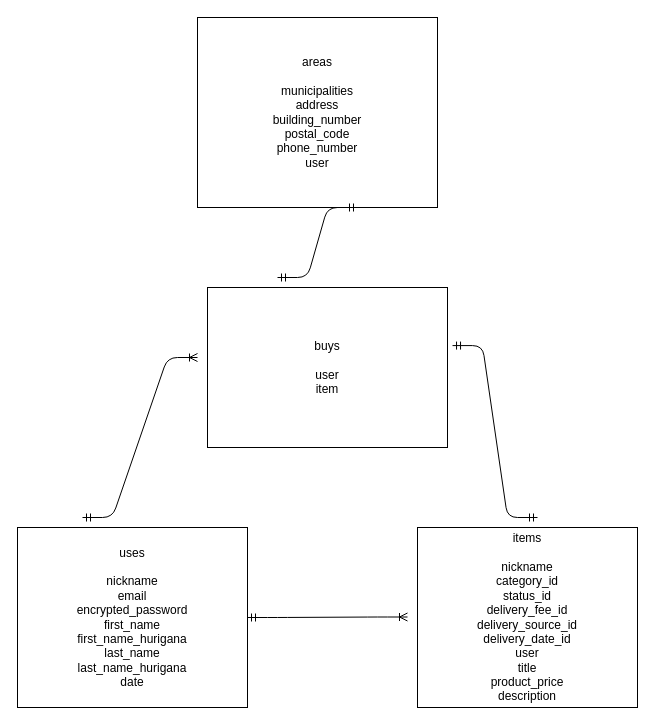
Above: furima.dio in tech-zack/furima-34547 (draw.io), before the change. Source tidied: cells renumbered, new cells numbered last; positions are measured from the earlier drawing's top-left corner, leaving out a move shared by most shapes. Both pictures are drawn from the tidied source at 100%, with x=0, y=0 at pixel (17, 17).
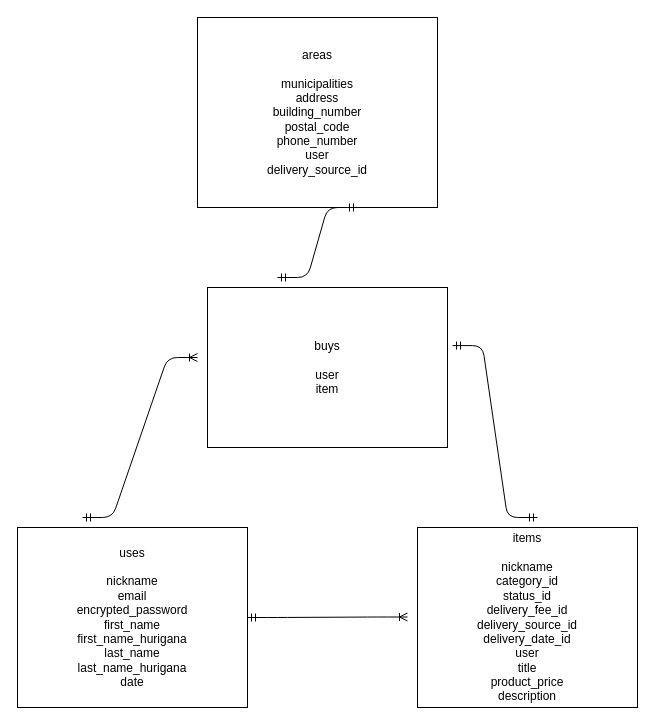
Above is the later version.

Commit message (it also covers changes not shown here):
データベース訂正４

Change to the diagram source:
```diff
@@
 <mxGraphModel>
   <root>
     <mxCell id="0" />
     <mxCell id="1" parent="0" />
     <mxCell id="2" value="uses&lt;br&gt;&lt;br&gt;nickname&lt;br&gt;email&lt;br&gt;encrypted_password&lt;br&gt;first_name&lt;br&gt;first_name_hurigana&lt;br&gt;last_name&lt;br&gt;last_name_hurigana&lt;br&gt;date" style="whiteSpace=wrap;html=1;align=center;" parent="1" vertex="1">
       <mxGeometry y="510" width="230" height="180" as="geometry" />
     </mxCell>
     <mxCell id="3" value="items&lt;br&gt;&lt;br&gt;nickname&lt;br&gt;category_id&lt;br&gt;status_id&lt;br&gt;delivery_fee_id&lt;br&gt;delivery_source_id&lt;br&gt;delivery_date_id&lt;br&gt;user&lt;br&gt;title&lt;br&gt;product_price&lt;br&gt;description" style="whiteSpace=wrap;html=1;align=center;" parent="1" vertex="1">
       <mxGeometry x="400" y="510" width="220" height="180" as="geometry" />
     </mxCell>
     <mxCell id="4" value="buys&lt;br&gt;&lt;br&gt;user&lt;br&gt;item" style="whiteSpace=wrap;html=1;align=center;" parent="1" vertex="1">
       <mxGeometry x="190" y="270" width="240" height="160" as="geometry" />
     </mxCell>
-    <mxCell id="5" value="areas&lt;br&gt;&lt;br&gt;municipalities&lt;br&gt;address&lt;br&gt;building_number&lt;br&gt;postal_code&lt;br&gt;phone_number&lt;br&gt;user" style="whiteSpace=wrap;html=1;align=center;" parent="1" vertex="1">
+    <mxCell id="5" value="areas&lt;br&gt;&lt;br&gt;municipalities&lt;br&gt;address&lt;br&gt;building_number&lt;br&gt;postal_code&lt;br&gt;phone_number&lt;br&gt;user&lt;br&gt;delivery_source_id" style="whiteSpace=wrap;html=1;align=center;" parent="1" vertex="1">
       <mxGeometry x="180" width="240" height="190" as="geometry" />
     </mxCell>
     <mxCell id="6" style="edgeStyle=entityRelationEdgeStyle;fontSize=12;html=1;endArrow=ERoneToMany;startArrow=ERmandOne;" parent="1" edge="1">
       <mxGeometry relative="1" as="geometry">
         <mxPoint x="230" y="600" as="sourcePoint" />
         <mxPoint x="390" y="599.5" as="targetPoint" />
       </mxGeometry>
     </mxCell>
     <mxCell id="7" style="edgeStyle=entityRelationEdgeStyle;fontSize=12;html=1;endArrow=ERoneToMany;startArrow=ERmandOne;" parent="1" edge="1">
       <mxGeometry relative="1" as="geometry">
         <mxPoint x="65" y="500" as="sourcePoint" />
         <mxPoint x="180" y="340" as="targetPoint" />
       </mxGeometry>
     </mxCell>
     <mxCell id="8" style="edgeStyle=entityRelationEdgeStyle;fontSize=12;html=1;endArrow=ERmandOne;startArrow=ERmandOne;exitX=1.021;exitY=0.363;exitDx=0;exitDy=0;exitPerimeter=0;" parent="1" edge="1" source="4">
       <mxGeometry relative="1" as="geometry">
         <mxPoint x="520" y="500" as="targetPoint" />
       </mxGeometry>
     </mxCell>
     <mxCell id="9" style="edgeStyle=entityRelationEdgeStyle;fontSize=12;html=1;endArrow=ERmandOne;startArrow=ERmandOne;" parent="1" edge="1">
       <mxGeometry relative="1" as="geometry">
         <mxPoint x="260" y="260" as="sourcePoint" />
         <mxPoint x="340" y="190" as="targetPoint" />
       </mxGeometry>
     </mxCell>
   </root>
 </mxGraphModel>
```
